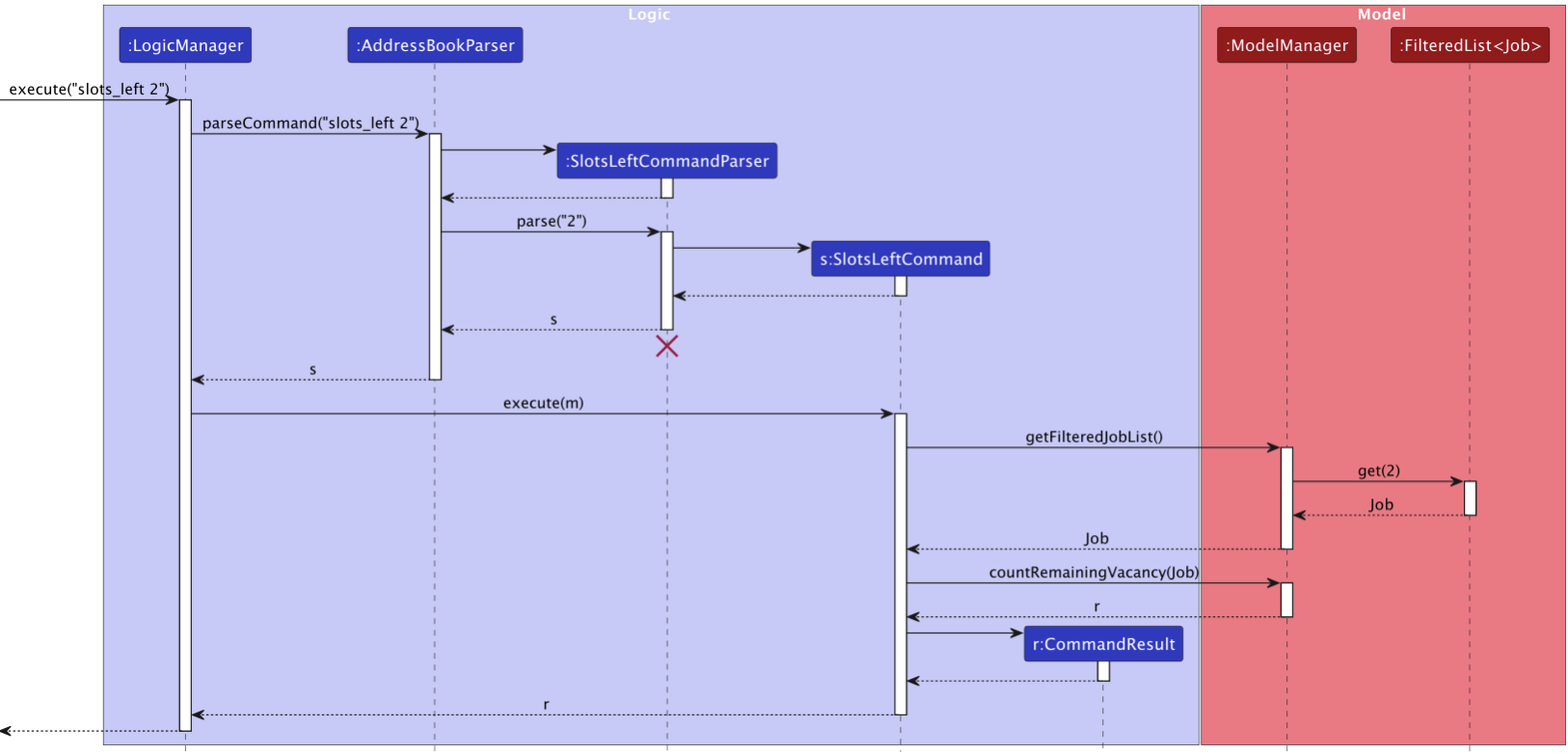
Before: docs/images/SlotsLeftSequenceDiagram.png, a diagram exported from PlantUML (leeweiming3/tp). Its source is kept beside it as docs/diagrams/SlotsLeftSequenceDiagram.puml.
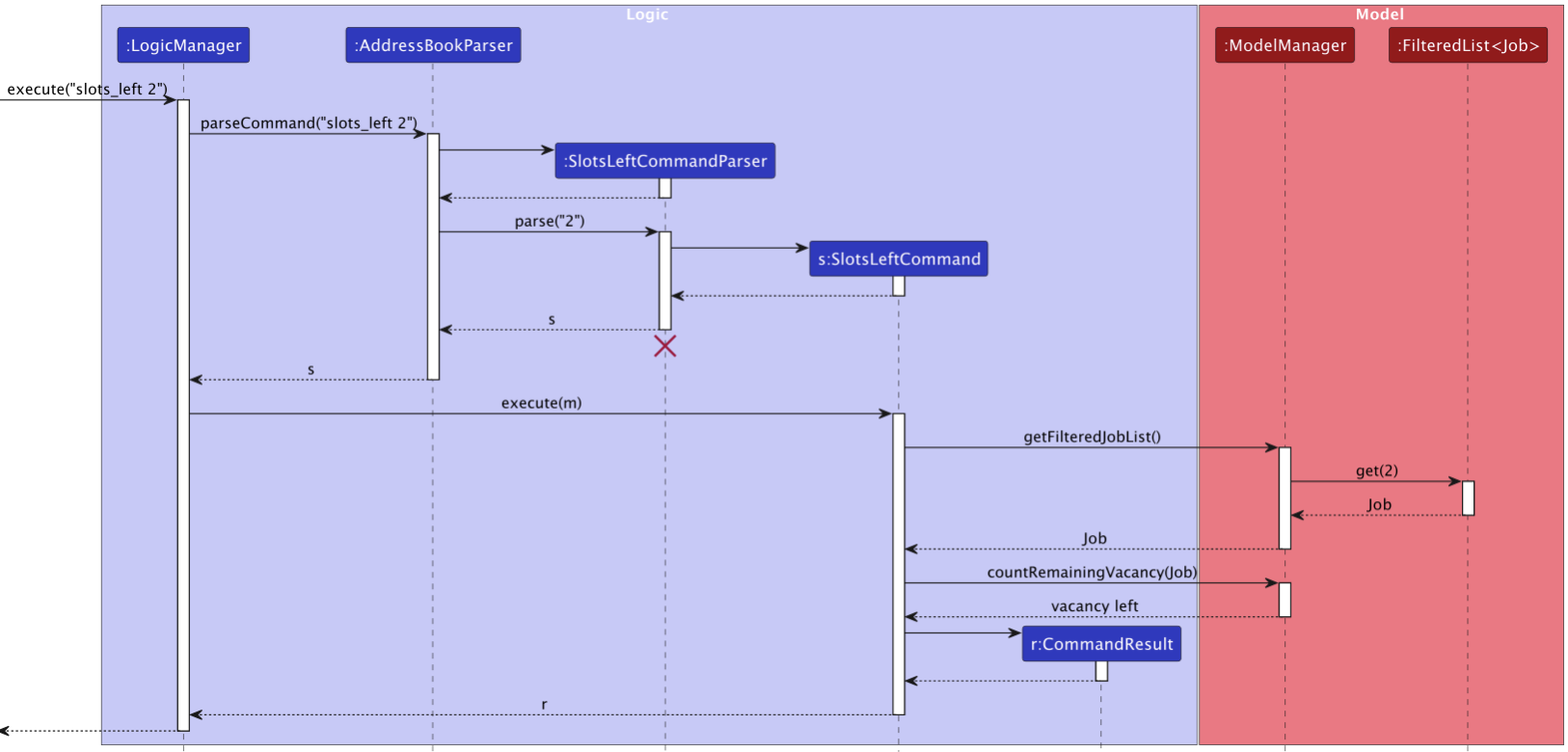
After the commit.

Commit message:
Fix editjob UML

Diff of the diagram source:
```diff
@@ -64,7 +64,7 @@
 SlotsLeftCommand -> ModelManager : countRemainingVacancy(Job)
 activate ModelManager
 
-ModelManager --> SlotsLeftCommand : r
+ModelManager --> SlotsLeftCommand : vacancy left
 deactivate ModelManager
 
 create CommandResult
```
